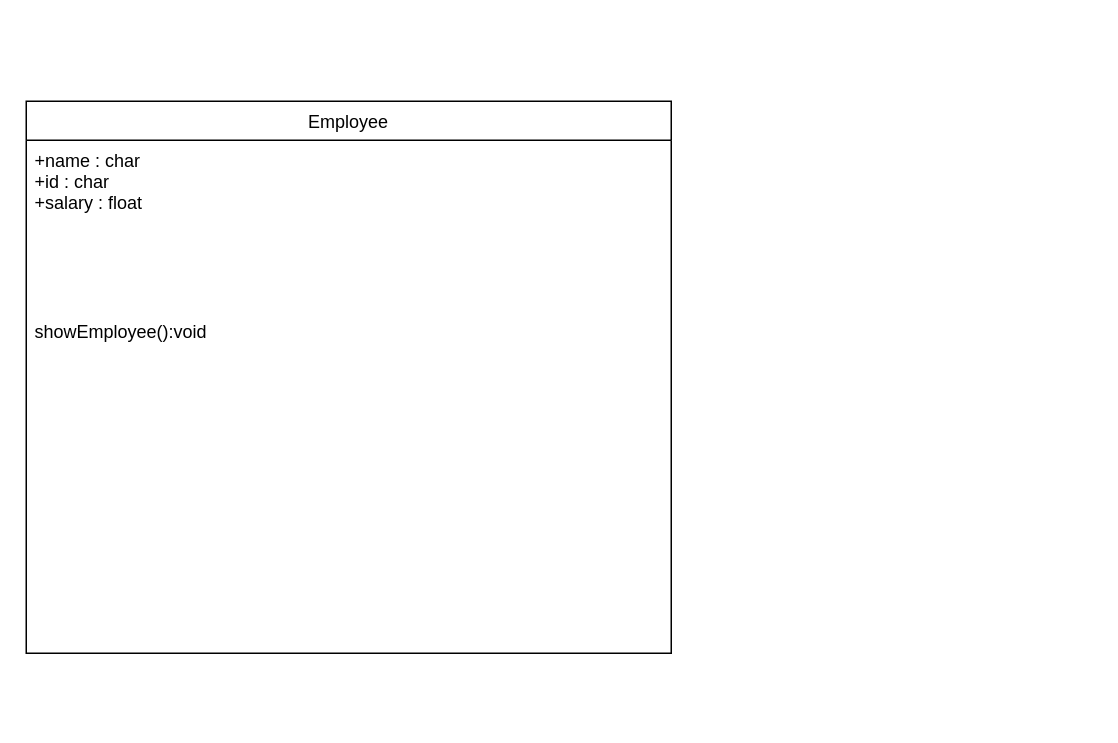
This is page "Q1" (1 of 2) of UML/ASM28223.drawio.xml from NutNaphop/CPlusplus_Learning_Jirawan, a draw.io file, before an edit. Source tidied: cells renumbered, new cells numbered last; positions are measured from the earlier drawing's top-left corner, leaving out a move shared by most shapes. Both pictures are drawn from the tidied source at 150%, with x=0, y=0 at pixel (26, 100).
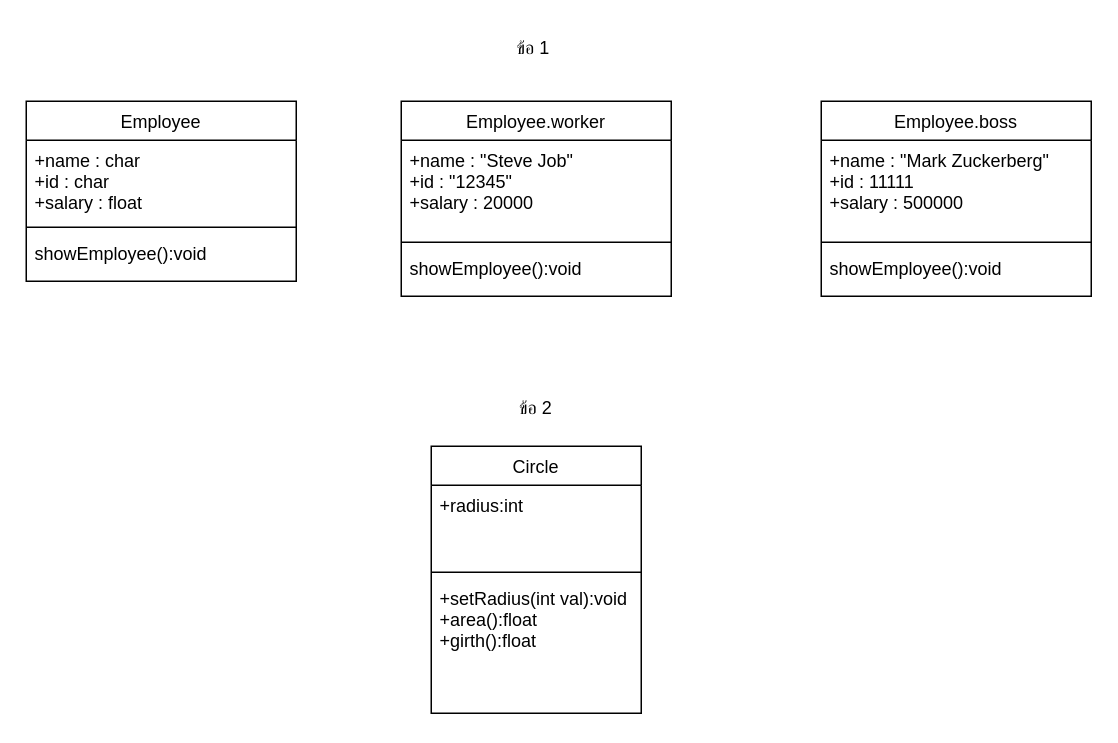
The same page after the edit.

Change to the diagram source:
```diff
@@
 <mxGraphModel>
   <root>
     <mxCell id="0" />
     <mxCell id="1" parent="0" />
     <mxCell id="2" value="Employee" style="swimlane;fontStyle=0;horizontal=1;startSize=26;fillColor=none;" parent="1" vertex="1">
-      <mxGeometry width="430" height="368" as="geometry" />
+      <mxGeometry width="180" height="120" as="geometry" />
     </mxCell>
     <mxCell id="3" value="+name : char&#10;+id : char&#10;+salary : float" style="text;strokeColor=none;fillColor=none;align=left;verticalAlign=top;spacingLeft=4;spacingRight=4;overflow=hidden;" parent="2" vertex="1">
-      <mxGeometry y="26" width="430" height="114" as="geometry" />
+      <mxGeometry y="26" width="180" height="54" as="geometry" />
     </mxCell>
+    <mxCell id="5" style="line;strokeWidth=1;fillColor=none;align=left;verticalAlign=middle;spacingTop=-1;spacingLeft=3;spacingRight=3;labelPosition=right;strokeColor=inherit;" parent="2" vertex="1">
+      <mxGeometry y="80" width="180" height="8" as="geometry" />
+    </mxCell>
     <mxCell id="4" value="showEmployee():void" style="text;strokeColor=none;fillColor=none;align=left;verticalAlign=top;spacingLeft=4;spacingRight=4;overflow=hidden;" parent="2" vertex="1">
-      <mxGeometry y="140" width="430" height="228" as="geometry" />
+      <mxGeometry y="88" width="180" height="32" as="geometry" />
     </mxCell>
+    <mxCell id="6" value="Employee.worker" style="swimlane;fontStyle=0;horizontal=1;startSize=26;fillColor=none;" parent="1" vertex="1">
+      <mxGeometry x="250" width="180" height="130" as="geometry" />
+    </mxCell>
+    <mxCell id="7" value="+name : &quot;Steve Job&quot;&#10;+id : &quot;12345&quot;&#10;+salary : 20000" style="text;strokeColor=none;fillColor=none;align=left;verticalAlign=top;spacingLeft=4;spacingRight=4;overflow=hidden;" parent="6" vertex="1">
+      <mxGeometry y="26" width="180" height="64" as="geometry" />
+    </mxCell>
+    <mxCell id="8" style="line;strokeWidth=1;fillColor=none;align=left;verticalAlign=middle;spacingTop=-1;spacingLeft=3;spacingRight=3;labelPosition=right;strokeColor=inherit;" parent="6" vertex="1">
+      <mxGeometry y="90" width="180" height="8" as="geometry" />
+    </mxCell>
+    <mxCell id="9" value="showEmployee():void" style="text;strokeColor=none;fillColor=none;align=left;verticalAlign=top;spacingLeft=4;spacingRight=4;overflow=hidden;" parent="6" vertex="1">
+      <mxGeometry y="98" width="180" height="32" as="geometry" />
+    </mxCell>
+    <mxCell id="10" value="Employee.boss" style="swimlane;fontStyle=0;horizontal=1;startSize=26;fillColor=none;" parent="1" vertex="1">
+      <mxGeometry x="530" width="180" height="130" as="geometry" />
+    </mxCell>
+    <mxCell id="11" value="+name : &quot;Mark Zuckerberg&quot;&#10;+id : 11111&#10;+salary : 500000" style="text;strokeColor=none;fillColor=none;align=left;verticalAlign=top;spacingLeft=4;spacingRight=4;overflow=hidden;" parent="10" vertex="1">
+      <mxGeometry y="26" width="180" height="64" as="geometry" />
+    </mxCell>
+    <mxCell id="12" style="line;strokeWidth=1;fillColor=none;align=left;verticalAlign=middle;spacingTop=-1;spacingLeft=3;spacingRight=3;labelPosition=right;strokeColor=inherit;" parent="10" vertex="1">
+      <mxGeometry y="90" width="180" height="8" as="geometry" />
+    </mxCell>
+    <mxCell id="13" value="showEmployee():void" style="text;strokeColor=none;fillColor=none;align=left;verticalAlign=top;spacingLeft=4;spacingRight=4;overflow=hidden;" parent="10" vertex="1">
+      <mxGeometry y="98" width="180" height="32" as="geometry" />
+    </mxCell>
+    <mxCell id="14" value="Circle" style="swimlane;fontStyle=0;horizontal=1;startSize=26;fillColor=none;" parent="1" vertex="1">
+      <mxGeometry x="270" y="230" width="140" height="178" as="geometry" />
+    </mxCell>
+    <mxCell id="15" value="+radius:int " style="text;strokeColor=none;fillColor=none;align=left;verticalAlign=top;spacingLeft=4;spacingRight=4;overflow=hidden;" parent="14" vertex="1">
+      <mxGeometry y="26" width="140" height="54" as="geometry" />
+    </mxCell>
+    <mxCell id="16" style="line;strokeWidth=1;fillColor=none;align=left;verticalAlign=middle;spacingTop=-1;spacingLeft=3;spacingRight=3;labelPosition=right;strokeColor=inherit;" parent="14" vertex="1">
+      <mxGeometry y="80" width="140" height="8" as="geometry" />
+    </mxCell>
+    <mxCell id="17" value="+setRadius(int val):void&#10;+area():float&#10;+girth():float" style="text;strokeColor=none;fillColor=none;align=left;verticalAlign=top;spacingLeft=4;spacingRight=4;overflow=hidden;" parent="14" vertex="1">
+      <mxGeometry y="88" width="140" height="90" as="geometry" />
+    </mxCell>
+    <mxCell id="18" value="ข้อ 1&amp;nbsp;" style="text;html=1;strokeColor=none;fillColor=none;align=center;verticalAlign=middle;whiteSpace=wrap;rounded=0;" parent="1" vertex="1">
+      <mxGeometry x="310" y="-50" width="60" height="30" as="geometry" />
+    </mxCell>
+    <mxCell id="19" value="ข้อ 2" style="text;html=1;strokeColor=none;fillColor=none;align=center;verticalAlign=middle;whiteSpace=wrap;rounded=0;" parent="1" vertex="1">
+      <mxGeometry x="310" y="190" width="60" height="30" as="geometry" />
+    </mxCell>
   </root>
 </mxGraphModel>
```
